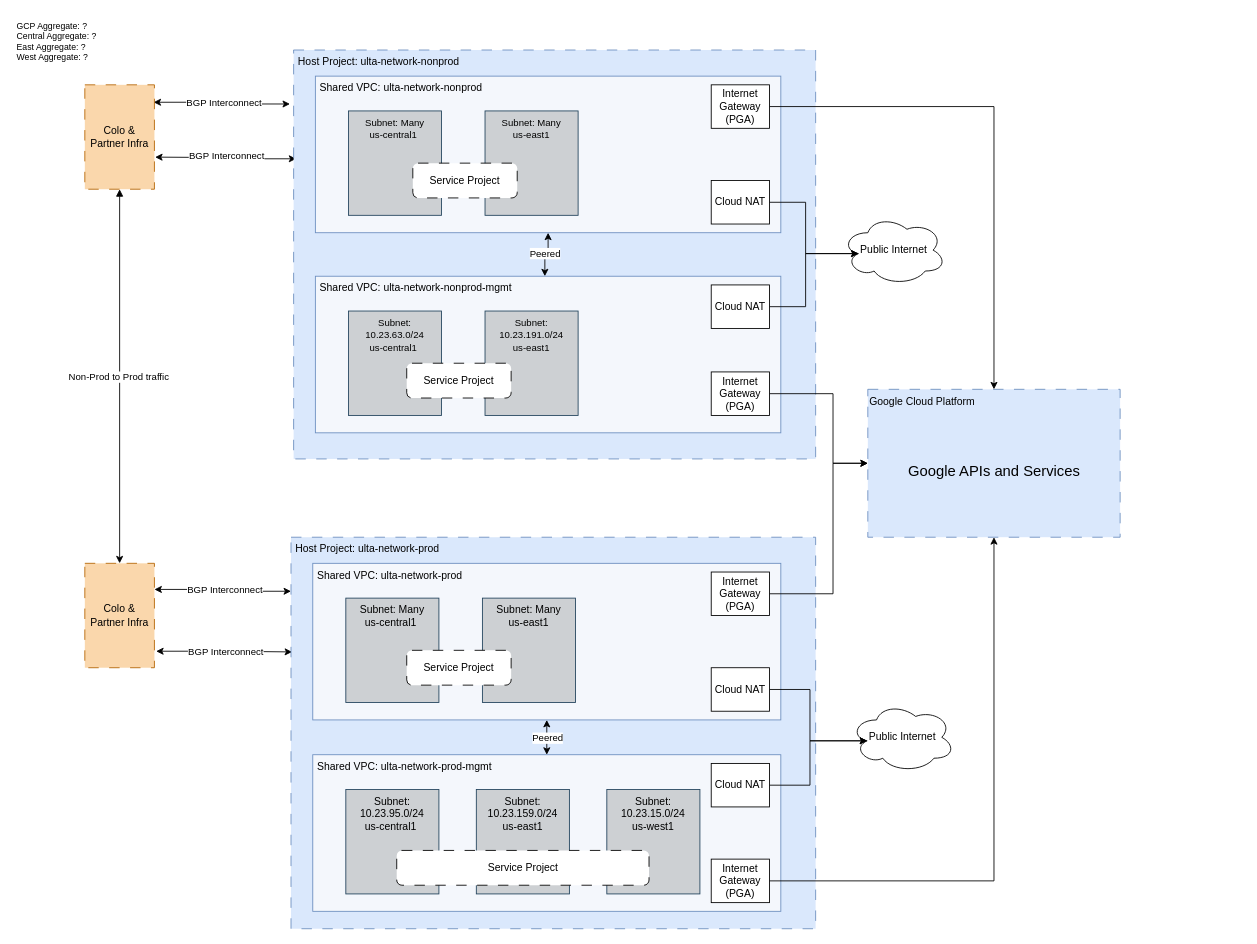
Above: images/gcp-net-rtr.drawio in bpayt2/temp (draw.io), before the change. Source tidied: cells renumbered, new cells numbered last; positions are measured from the earlier drawing's top-left corner, leaving out a move shared by most shapes. Both pictures are drawn from the tidied source at 87%, with x=0, y=0 at pixel (15, 15).
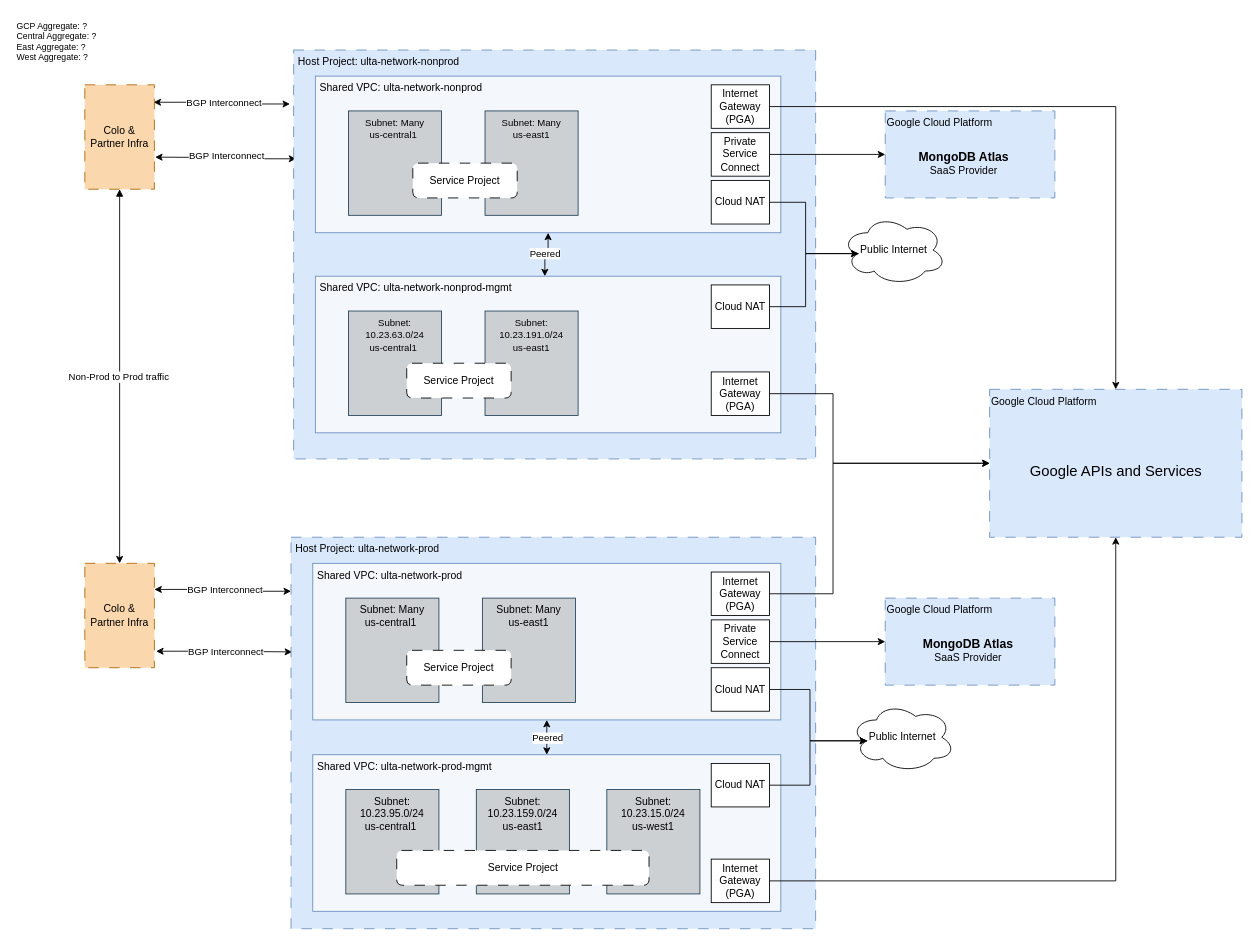
Above is the later version.

What changed in the source:
```diff
@@
     <mxCell id="38" value="Google Cloud Platform" style="rounded=0;whiteSpace=wrap;html=1;verticalAlign=top;align=left;dashed=1;dashPattern=12 12;fillColor=#dae8fc;strokeColor=#6c8ebf;" parent="1" vertex="1">
-      <mxGeometry x="980" y="430" width="290" height="170" as="geometry" />
+      <mxGeometry x="1120" y="430" width="290" height="170" as="geometry" />
     </mxCell>
     <mxCell id="39" value="&lt;span style=&quot;font-weight: normal;&quot;&gt;&lt;font style=&quot;font-size: 17px;&quot;&gt;Google APIs and Services&lt;/font&gt;&lt;/span&gt;" style="text;html=1;align=center;verticalAlign=middle;strokeColor=none;fillColor=none;fontStyle=1;" parent="1" vertex="1">
-      <mxGeometry x="1015" y="510" width="220" height="30" as="geometry" />
+      <mxGeometry x="1155" y="510" width="220" height="30" as="geometry" />
     </mxCell>
@@
+    <mxCell id="58" style="edgeStyle=orthogonalEdgeStyle;rounded=0;jettySize=auto;html=1;exitX=1;exitY=0.5;exitDx=0;exitDy=0;" parent="1" edge="1" source="59" target="60">
+      <mxGeometry relative="1" as="geometry" />
+    </mxCell>
+    <mxCell id="59" value="Private Service Connect" style="rounded=0;whiteSpace=wrap;html=1;" parent="1" vertex="1">
+      <mxGeometry x="800" y="695" width="67" height="50" as="geometry" />
+    </mxCell>
+    <mxCell id="60" value="&lt;div style=&quot;&quot;&gt;&lt;span style=&quot;background-color: initial;&quot;&gt;Google Cloud Platform&lt;/span&gt;&lt;/div&gt;&lt;br&gt;&lt;br&gt;&lt;div style=&quot;&quot;&gt;&lt;br&gt;&lt;/div&gt;" style="rounded=0;whiteSpace=wrap;html=1;verticalAlign=top;align=left;dashed=1;dashPattern=12 12;fillColor=#dae8fc;strokeColor=#6c8ebf;" parent="1" vertex="1">
+      <mxGeometry x="1000" y="670" width="195" height="100" as="geometry" />
+    </mxCell>
+    <mxCell id="61" value="&lt;div style=&quot;border-color: var(--border-color);&quot;&gt;&lt;font style=&quot;border-color: var(--border-color); font-size: 14px;&quot;&gt;&lt;b style=&quot;&quot;&gt;MongoDB Atlas&lt;/b&gt;&lt;/font&gt;&lt;/div&gt;&lt;div style=&quot;border-color: var(--border-color);&quot;&gt;&lt;span style=&quot;border-color: var(--border-color); background-color: initial;&quot;&gt;SaaS Provider&lt;/span&gt;&lt;/div&gt;" style="text;html=1;align=center;verticalAlign=middle;strokeColor=none;fillColor=none;" parent="1" vertex="1">
+      <mxGeometry x="1030" y="710" width="130" height="40" as="geometry" />
+    </mxCell>
+    <mxCell id="62" value="&lt;div style=&quot;&quot;&gt;&lt;span style=&quot;background-color: initial;&quot;&gt;Google Cloud Platform&lt;/span&gt;&lt;/div&gt;&lt;br&gt;&lt;br&gt;&lt;div style=&quot;&quot;&gt;&lt;br&gt;&lt;/div&gt;" style="rounded=0;whiteSpace=wrap;html=1;verticalAlign=top;align=left;dashed=1;dashPattern=12 12;fillColor=#dae8fc;strokeColor=#6c8ebf;" parent="1" vertex="1">
+      <mxGeometry x="1000" y="110" width="195" height="100" as="geometry" />
+    </mxCell>
+    <mxCell id="63" value="&lt;div style=&quot;border-color: var(--border-color);&quot;&gt;&lt;font style=&quot;border-color: var(--border-color); font-size: 14px;&quot;&gt;&lt;b style=&quot;&quot;&gt;MongoDB Atlas&lt;/b&gt;&lt;/font&gt;&lt;/div&gt;&lt;div style=&quot;border-color: var(--border-color);&quot;&gt;&lt;span style=&quot;border-color: var(--border-color); background-color: initial;&quot;&gt;SaaS Provider&lt;/span&gt;&lt;/div&gt;" style="text;html=1;align=center;verticalAlign=middle;strokeColor=none;fillColor=none;" parent="1" vertex="1">
+      <mxGeometry x="1025" y="150" width="130" height="40" as="geometry" />
+    </mxCell>
+    <mxCell id="64" style="edgeStyle=orthogonalEdgeStyle;rounded=0;jettySize=auto;html=1;exitX=1;exitY=0.5;exitDx=0;exitDy=0;entryX=0;entryY=0.5;entryDx=0;entryDy=0;" parent="1" edge="1" source="65" target="62">
+      <mxGeometry relative="1" as="geometry" />
+    </mxCell>
+    <mxCell id="65" value="Private Service Connect" style="rounded=0;whiteSpace=wrap;html=1;" parent="1" vertex="1">
+      <mxGeometry x="800" y="135" width="67" height="50" as="geometry" />
+    </mxCell>
```
